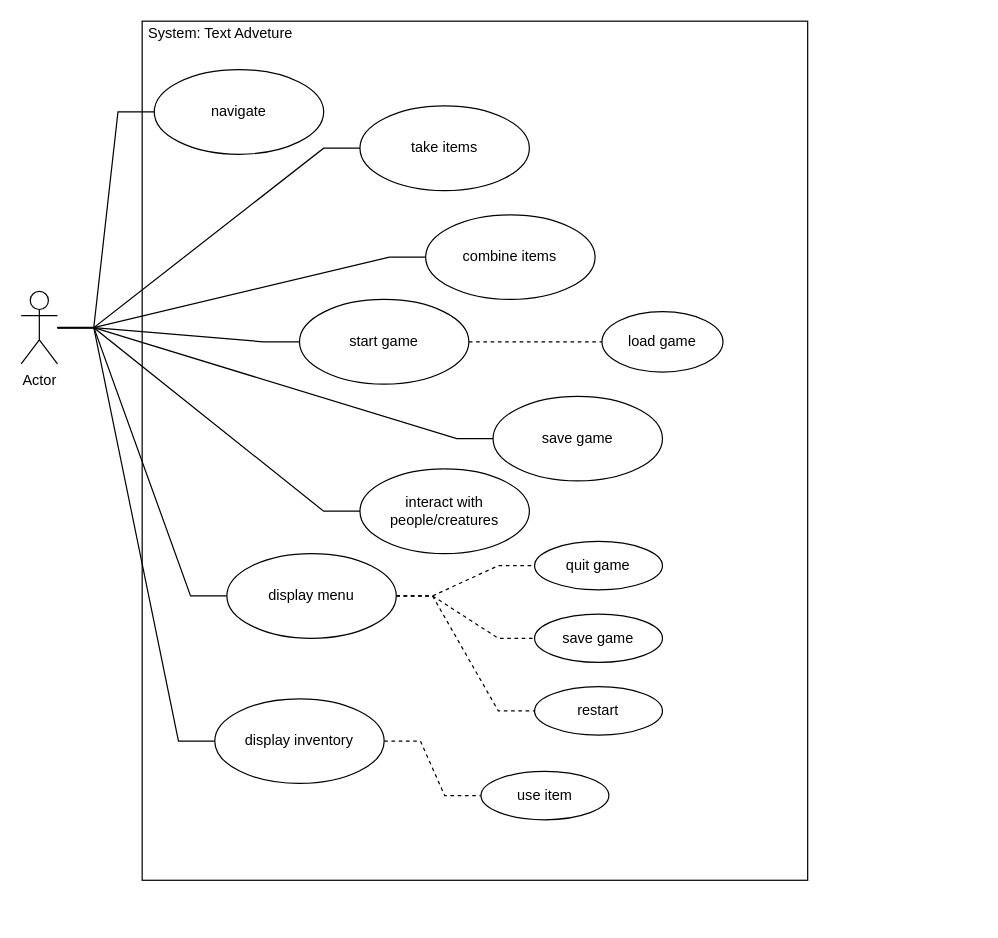
Above: page "usecase" (2 of 7) of Documentation/Word Adventure.drawio in Lichtfarbenspiel/Text-Adventure (draw.io), before the change. Source tidied: cells renumbered, new cells numbered last; positions are measured from the earlier drawing's top-left corner, leaving out a move shared by most shapes. Both pictures are drawn from the tidied source at 121%, with x=0, y=0 at pixel (21, 21).
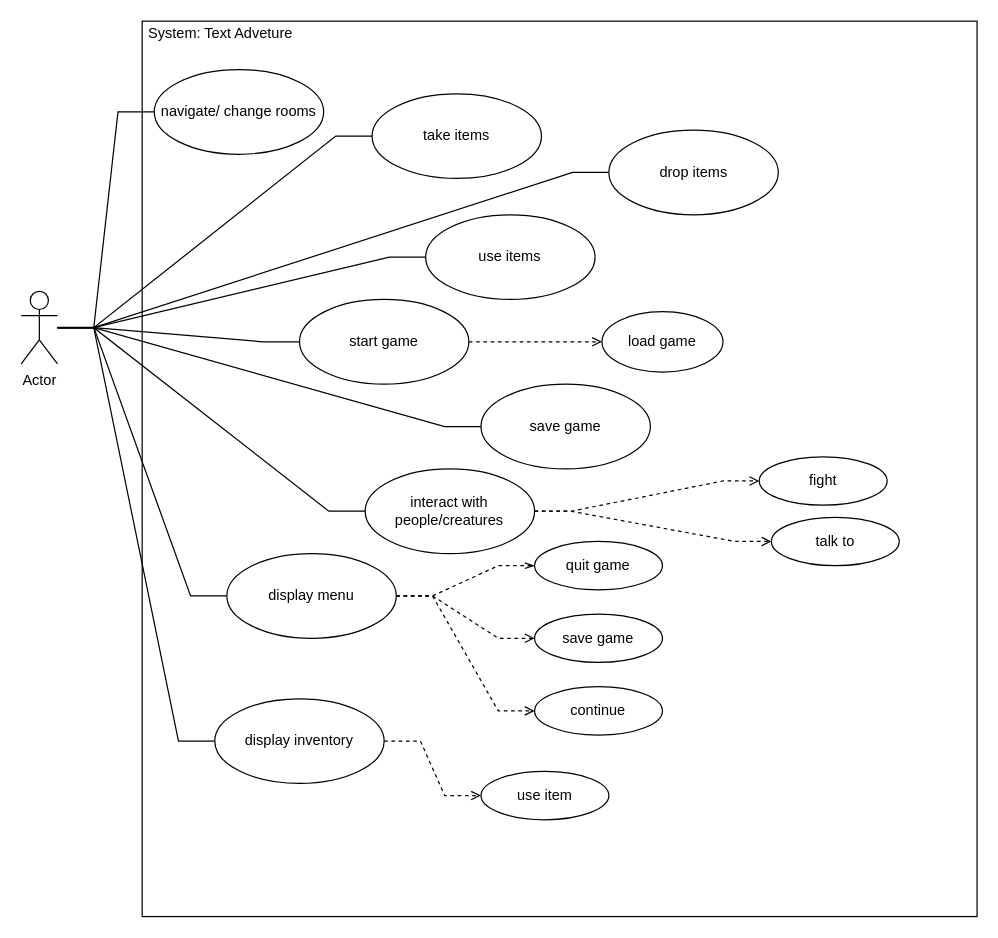
The same diagram, later.

The change refers to these unchanged cells:
```xml
<mxCell id="11" value="Actor" style="shape=umlActor;verticalLabelPosition=bottom;labelBackgroundColor=#ffffff;verticalAlign=top;html=1;" parent="1" vertex="1">
  <mxGeometry y="223.3" width="30" height="60" as="geometry" />
</mxCell>
<mxCell id="17" value="start game" style="ellipse;whiteSpace=wrap;html=1;" parent="1" vertex="1">
  <mxGeometry x="230" y="230" width="140" height="70" as="geometry" />
</mxCell>
<mxCell id="19" value="load game" style="ellipse;whiteSpace=wrap;html=1;" parent="1" vertex="1">
  <mxGeometry x="480" y="240" width="100" height="50" as="geometry" />
</mxCell>
<mxCell id="24" value="display menu" style="ellipse;whiteSpace=wrap;html=1;" parent="1" vertex="1">
  <mxGeometry x="170" y="440" width="140" height="70" as="geometry" />
</mxCell>
<mxCell id="26" value="display inventory" style="ellipse;whiteSpace=wrap;html=1;" parent="1" vertex="1">
  <mxGeometry x="160" y="560" width="140" height="70" as="geometry" />
</mxCell>
<mxCell id="27" value="quit game" style="ellipse;whiteSpace=wrap;html=1;" parent="1" vertex="1">
  <mxGeometry x="424.3" y="430" width="105.7" height="40" as="geometry" />
</mxCell>
<mxCell id="28" value="save game" style="ellipse;whiteSpace=wrap;html=1;" parent="1" vertex="1">
  <mxGeometry x="424.3" y="490" width="105.7" height="40" as="geometry" />
</mxCell>
<mxCell id="30" value="use item" style="ellipse;whiteSpace=wrap;html=1;" parent="1" vertex="1">
  <mxGeometry x="380" y="620" width="105.7" height="40" as="geometry" />
</mxCell>
```

What changed in the source:
```diff
@@
     <mxCell id="2" style="rounded=0;whiteSpace=wrap;html=1;gradientColor=#ffffff;" parent="1" vertex="1">
-      <mxGeometry x="100" width="550" height="710" as="geometry" />
+      <mxGeometry x="100" width="690" height="740" as="geometry" />
     </mxCell>
@@
+    <mxCell id="31" style="edgeStyle=entityRelationEdgeStyle;rounded=0;jettySize=auto;html=1;startArrow=none;startFill=0;endArrow=none;endFill=0;" parent="1" edge="1" source="11" target="36">
+      <mxGeometry relative="1" as="geometry" />
+    </mxCell>
@@
-    <mxCell id="13" value="navigate" style="ellipse;whiteSpace=wrap;html=1;" parent="1" vertex="1">
+    <mxCell id="13" value="navigate/ change rooms" style="ellipse;whiteSpace=wrap;html=1;" parent="1" vertex="1">
       <mxGeometry x="110" y="40" width="140" height="70" as="geometry" />
     </mxCell>
     <mxCell id="14" value="take items" style="ellipse;whiteSpace=wrap;html=1;" parent="1" vertex="1">
-      <mxGeometry x="280" y="70" width="140" height="70" as="geometry" />
+      <mxGeometry x="290" y="60" width="140" height="70" as="geometry" />
     </mxCell>
-    <mxCell id="15" value="combine items" style="ellipse;whiteSpace=wrap;html=1;gradientColor=#ffffff;" parent="1" vertex="1">
+    <mxCell id="15" value="use items" style="ellipse;whiteSpace=wrap;html=1;gradientColor=#ffffff;" parent="1" vertex="1">
       <mxGeometry x="334.3" y="160" width="140" height="70" as="geometry" />
     </mxCell>
-    <mxCell id="16" style="edgeStyle=entityRelationEdgeStyle;rounded=0;jettySize=auto;html=1;endArrow=none;endFill=0;dashed=1;" parent="1" edge="1" source="17" target="19">
+    <mxCell id="16" style="edgeStyle=entityRelationEdgeStyle;rounded=0;jettySize=auto;html=1;endArrow=open;endFill=0;dashed=1;" parent="1" edge="1" source="17" target="19">
       <mxGeometry relative="1" as="geometry" />
     </mxCell>
@@
     <mxCell id="18" value="save game" style="ellipse;whiteSpace=wrap;html=1;" parent="1" vertex="1">
-      <mxGeometry x="390" y="310" width="140" height="70" as="geometry" />
+      <mxGeometry x="380" y="300" width="140" height="70" as="geometry" />
     </mxCell>
@@
+    <mxCell id="32" style="edgeStyle=entityRelationEdgeStyle;rounded=0;jettySize=auto;html=1;startArrow=none;startFill=0;endArrow=open;endFill=0;dashed=1;" parent="1" edge="1" source="20" target="34">
+      <mxGeometry relative="1" as="geometry" />
+    </mxCell>
+    <mxCell id="33" style="edgeStyle=entityRelationEdgeStyle;rounded=0;jettySize=auto;html=1;dashed=1;startArrow=none;startFill=0;endArrow=open;endFill=0;" parent="1" edge="1" source="20" target="35">
+      <mxGeometry relative="1" as="geometry" />
+    </mxCell>
     <mxCell id="20" value="interact with people/creatures" style="ellipse;whiteSpace=wrap;html=1;" parent="1" vertex="1">
-      <mxGeometry x="280" y="370" width="140" height="70" as="geometry" />
+      <mxGeometry x="284.3" y="370" width="140" height="70" as="geometry" />
     </mxCell>
-    <mxCell id="21" style="edgeStyle=entityRelationEdgeStyle;rounded=0;jettySize=auto;html=1;endArrow=none;endFill=0;dashed=1;" parent="1" edge="1" source="24" target="27">
+    <mxCell id="21" style="edgeStyle=entityRelationEdgeStyle;rounded=0;jettySize=auto;html=1;endArrow=openThin;endFill=0;dashed=1;" parent="1" edge="1" source="24" target="27">
       <mxGeometry relative="1" as="geometry" />
     </mxCell>
-    <mxCell id="22" style="edgeStyle=entityRelationEdgeStyle;rounded=0;jettySize=auto;html=1;entryX=0;entryY=0.5;entryDx=0;entryDy=0;dashed=1;endArrow=none;endFill=0;" parent="1" edge="1" source="24" target="28">
+    <mxCell id="22" style="edgeStyle=entityRelationEdgeStyle;rounded=0;jettySize=auto;html=1;entryX=0;entryY=0.5;entryDx=0;entryDy=0;dashed=1;endArrow=open;endFill=0;" parent="1" edge="1" source="24" target="28">
       <mxGeometry relative="1" as="geometry" />
     </mxCell>
-    <mxCell id="23" style="edgeStyle=entityRelationEdgeStyle;rounded=0;jettySize=auto;html=1;entryX=0;entryY=0.5;entryDx=0;entryDy=0;dashed=1;endArrow=none;endFill=0;" parent="1" edge="1" source="24" target="29">
+    <mxCell id="23" style="edgeStyle=entityRelationEdgeStyle;rounded=0;jettySize=auto;html=1;entryX=0;entryY=0.5;entryDx=0;entryDy=0;dashed=1;endArrow=open;endFill=0;" parent="1" edge="1" source="24" target="29">
       <mxGeometry relative="1" as="geometry" />
     </mxCell>
@@
-    <mxCell id="25" style="edgeStyle=entityRelationEdgeStyle;rounded=0;jettySize=auto;html=1;entryX=0;entryY=0.5;entryDx=0;entryDy=0;dashed=1;endArrow=none;endFill=0;" parent="1" edge="1" source="26" target="30">
+    <mxCell id="25" style="edgeStyle=entityRelationEdgeStyle;rounded=0;jettySize=auto;html=1;entryX=0;entryY=0.5;entryDx=0;entryDy=0;dashed=1;endArrow=open;endFill=0;" parent="1" edge="1" source="26" target="30">
       <mxGeometry relative="1" as="geometry" />
     </mxCell>
@@
-    <mxCell id="29" value="restart" style="ellipse;whiteSpace=wrap;html=1;" parent="1" vertex="1">
+    <mxCell id="29" value="continue" style="ellipse;whiteSpace=wrap;html=1;" parent="1" vertex="1">
       <mxGeometry x="424.3" y="550" width="105.7" height="40" as="geometry" />
     </mxCell>
@@
+    <mxCell id="34" value="fight" style="ellipse;whiteSpace=wrap;html=1;" parent="1" vertex="1">
+      <mxGeometry x="610" y="360" width="105.7" height="40" as="geometry" />
+    </mxCell>
+    <mxCell id="35" value="talk to" style="ellipse;whiteSpace=wrap;html=1;" parent="1" vertex="1">
+      <mxGeometry x="620" y="410" width="105.7" height="40" as="geometry" />
+    </mxCell>
+    <mxCell id="36" value="drop items" style="ellipse;whiteSpace=wrap;html=1;" parent="1" vertex="1">
+      <mxGeometry x="485.7" y="90" width="140" height="70" as="geometry" />
+    </mxCell>
```
